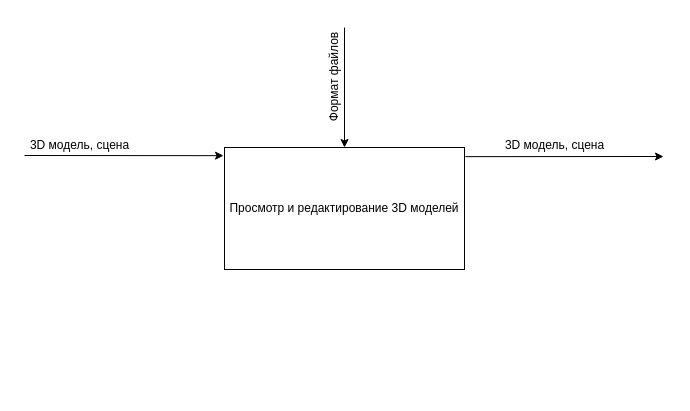
Above: module_2/IDEF0.drawio in SheinEA/gb_architect (draw.io), before the change. Source tidied: cells renumbered, new cells numbered last; positions are measured from the earlier drawing's top-left corner, leaving out a move shared by most shapes. Both pictures are drawn from the tidied source at 100%, with x=0, y=0 at pixel (24, 27).
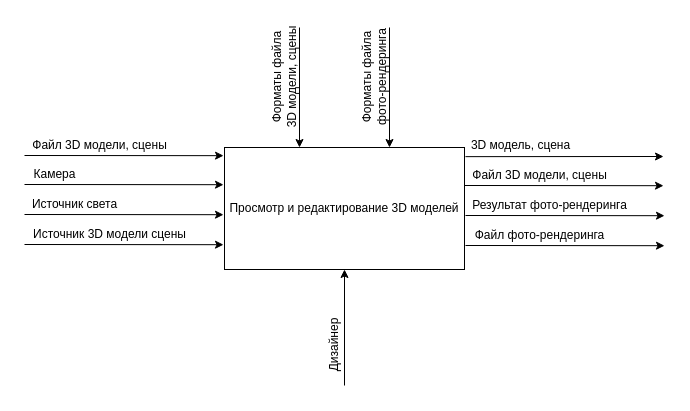
The same page after the edit.

The change refers to these unchanged cells:
```xml
<mxCell id="2" value="Просмотр и редактирование 3D моделей" style="rounded=0;whiteSpace=wrap;html=1;" parent="1" vertex="1">
  <mxGeometry x="200" y="120" width="240" height="122" as="geometry" />
</mxCell>
```

The edit, as a diff of the source:
```diff
@@
-    <mxCell id="4" value="3D модель, сцена" style="text;html=1;align=center;verticalAlign=middle;strokeColor=none;" parent="1" vertex="1">
-      <mxGeometry y="108" width="110" height="20" as="geometry" />
+    <mxCell id="4" value="Файл 3D модели, сцены" style="text;html=1;align=center;verticalAlign=middle;strokeColor=none;" parent="1" vertex="1">
+      <mxGeometry y="108" width="150" height="20" as="geometry" />
     </mxCell>
@@
     <mxCell id="6" value="3D модель, сцена" style="text;html=1;align=center;verticalAlign=middle;strokeColor=none;" parent="1" vertex="1">
-      <mxGeometry x="475" y="108" width="110" height="20" as="geometry" />
+      <mxGeometry x="441" y="108" width="110" height="20" as="geometry" />
     </mxCell>
-    <mxCell id="7" style="endArrow=classic;html=1;entryX=0.5;entryY=0;entryDx=0;entryDy=0;" parent="1" edge="1" target="2">
+    <mxCell id="7" style="endArrow=classic;html=1;entryX=0.5;entryY=0;entryDx=0;entryDy=0;" parent="1" edge="1">
       <mxGeometry relative="1" as="geometry">
-        <mxPoint x="320" as="sourcePoint" />
+        <mxPoint x="275" as="sourcePoint" />
+        <mxPoint x="275" y="120" as="targetPoint" />
       </mxGeometry>
     </mxCell>
-    <mxCell id="8" value="Формат файлов" style="text;html=1;align=center;verticalAlign=middle;strokeColor=none;rotation=-90;" parent="1" vertex="1">
-      <mxGeometry x="260" y="40" width="100" height="20" as="geometry" />
+    <mxCell id="8" value="Форматы файла&lt;br&gt;3D модели, сцены" style="text;html=1;align=center;verticalAlign=middle;strokeColor=none;rotation=-90;" parent="1" vertex="1">
+      <mxGeometry x="200" y="35" width="120" height="30" as="geometry" />
     </mxCell>
+    <mxCell id="9" style="endArrow=classic;html=1;" parent="1" edge="1" target="2">
+      <mxGeometry relative="1" as="geometry">
+        <mxPoint x="320" y="358" as="sourcePoint" />
+      </mxGeometry>
+    </mxCell>
+    <mxCell id="10" value="Дизайнер" style="text;html=1;align=center;verticalAlign=middle;strokeColor=none;rotation=-90;" parent="1" vertex="1">
+      <mxGeometry x="275" y="308" width="70" height="20" as="geometry" />
+    </mxCell>
+    <mxCell id="11" style="endArrow=classic;html=1;entryX=-0.004;entryY=0.067;entryDx=0;entryDy=0;entryPerimeter=0;" parent="1" edge="1">
+      <mxGeometry relative="1" as="geometry">
+        <mxPoint x="440" y="158" as="sourcePoint" />
+        <mxPoint x="639" y="158.2" as="targetPoint" />
+      </mxGeometry>
+    </mxCell>
+    <mxCell id="12" value="Файл 3D модели, сцены" style="text;html=1;align=center;verticalAlign=middle;strokeColor=none;" parent="1" vertex="1">
+      <mxGeometry x="440" y="138" width="150" height="20" as="geometry" />
+    </mxCell>
+    <mxCell id="13" style="endArrow=classic;html=1;entryX=-0.004;entryY=0.067;entryDx=0;entryDy=0;entryPerimeter=0;" parent="1" edge="1">
+      <mxGeometry relative="1" as="geometry">
+        <mxPoint x="441" y="188" as="sourcePoint" />
+        <mxPoint x="640" y="188.2" as="targetPoint" />
+      </mxGeometry>
+    </mxCell>
+    <mxCell id="14" value="Результат фото-рендеринга" style="text;html=1;align=center;verticalAlign=middle;strokeColor=none;" parent="1" vertex="1">
+      <mxGeometry x="440" y="168" width="170" height="20" as="geometry" />
+    </mxCell>
+    <mxCell id="15" style="endArrow=classic;html=1;entryX=-0.004;entryY=0.067;entryDx=0;entryDy=0;entryPerimeter=0;" parent="1" edge="1">
+      <mxGeometry relative="1" as="geometry">
+        <mxPoint x="441" y="218" as="sourcePoint" />
+        <mxPoint x="640" y="218.2" as="targetPoint" />
+      </mxGeometry>
+    </mxCell>
+    <mxCell id="16" value="Файл фото-рендеринга" style="text;html=1;align=center;verticalAlign=middle;strokeColor=none;" parent="1" vertex="1">
+      <mxGeometry x="440" y="198" width="150" height="20" as="geometry" />
+    </mxCell>
+    <mxCell id="17" style="endArrow=classic;html=1;entryX=0.5;entryY=0;entryDx=0;entryDy=0;" parent="1" edge="1">
+      <mxGeometry relative="1" as="geometry">
+        <mxPoint x="365" as="sourcePoint" />
+        <mxPoint x="365" y="120" as="targetPoint" />
+      </mxGeometry>
+    </mxCell>
+    <mxCell id="18" value="Форматы файла &lt;br&gt;фото-рендеринга" style="text;html=1;align=center;verticalAlign=middle;strokeColor=none;rotation=-90;" parent="1" vertex="1">
+      <mxGeometry x="295" y="35" width="110" height="30" as="geometry" />
+    </mxCell>
+    <mxCell id="19" style="endArrow=classic;html=1;entryX=-0.004;entryY=0.067;entryDx=0;entryDy=0;entryPerimeter=0;" parent="1" edge="1">
+      <mxGeometry relative="1" as="geometry">
+        <mxPoint y="157" as="sourcePoint" />
+        <mxPoint x="199" y="157.2" as="targetPoint" />
+      </mxGeometry>
+    </mxCell>
+    <mxCell id="20" value="Камера" style="text;html=1;align=center;verticalAlign=middle;strokeColor=none;" parent="1" vertex="1">
+      <mxGeometry y="137" width="60" height="20" as="geometry" />
+    </mxCell>
+    <mxCell id="21" style="endArrow=classic;html=1;entryX=-0.004;entryY=0.067;entryDx=0;entryDy=0;entryPerimeter=0;" parent="1" edge="1">
+      <mxGeometry relative="1" as="geometry">
+        <mxPoint y="187" as="sourcePoint" />
+        <mxPoint x="199" y="187.2" as="targetPoint" />
+      </mxGeometry>
+    </mxCell>
+    <mxCell id="22" value="Источник света" style="text;html=1;align=center;verticalAlign=middle;strokeColor=none;" parent="1" vertex="1">
+      <mxGeometry y="167" width="100" height="20" as="geometry" />
+    </mxCell>
+    <mxCell id="23" style="endArrow=classic;html=1;entryX=-0.004;entryY=0.067;entryDx=0;entryDy=0;entryPerimeter=0;" parent="1" edge="1">
+      <mxGeometry relative="1" as="geometry">
+        <mxPoint y="217" as="sourcePoint" />
+        <mxPoint x="199" y="217.2" as="targetPoint" />
+      </mxGeometry>
+    </mxCell>
+    <mxCell id="24" value="Источник 3D модели сцены" style="text;html=1;align=center;verticalAlign=middle;strokeColor=none;" parent="1" vertex="1">
+      <mxGeometry y="197" width="170" height="20" as="geometry" />
+    </mxCell>
```
